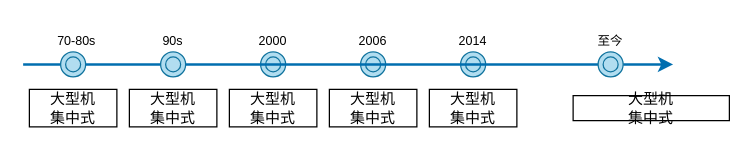
Before: DrawIO_file/毕业论文画图/系统架构演化图.drawio in DingDongZz/typera_PicGO, a draw.io diagram. Source tidied: cells renumbered, new cells numbered last; positions are measured from the earlier drawing's top-left corner, leaving out a move shared by most shapes. Both pictures are drawn from the tidied source at 125%, with x=0, y=0 at pixel (22, 21).
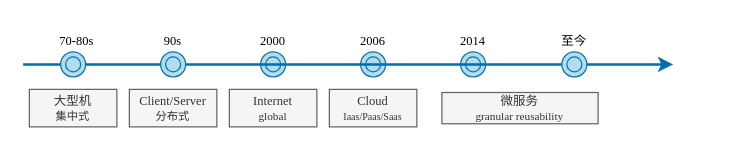
After the change.

Commit message (it also covers changes not shown here):
更新系统架构演化图.drawio

Diff of the diagram source:
```diff
@@
-    <mxCell id="2" style="endArrow=classic;html=1;rounded=0;strokeWidth=2;fillColor=#1ba1e2;strokeColor=#006EAF;" parent="1" edge="1" source="22">
+    <mxCell id="2" style="endArrow=classic;html=1;rounded=0;strokeWidth=2;fillColor=#1ba1e2;strokeColor=#006EAF;fontFamily=Times New Roman;" parent="1" edge="1" source="22">
       <mxGeometry relative="1" as="geometry">
         <mxPoint x="520" y="34" as="targetPoint" />
       </mxGeometry>
     </mxCell>
-    <mxCell id="3" style="endArrow=none;html=1;rounded=0;strokeWidth=2;startFill=0;fillColor=#1ba1e2;strokeColor=#006EAF;" parent="1" edge="1" target="4">
+    <mxCell id="3" style="endArrow=none;html=1;rounded=0;strokeWidth=2;startFill=0;fillColor=#1ba1e2;strokeColor=#006EAF;fontFamily=Times New Roman;" parent="1" edge="1" target="4">
       <mxGeometry relative="1" as="geometry">
         <mxPoint y="34" as="sourcePoint" />
       </mxGeometry>
     </mxCell>
-    <mxCell id="4" style="ellipse;shape=doubleEllipse;whiteSpace=wrap;html=1;fillColor=#b1ddf0;strokeColor=#10739e;" parent="1" vertex="1">
+    <mxCell id="4" style="ellipse;shape=doubleEllipse;whiteSpace=wrap;html=1;fillColor=#b1ddf0;strokeColor=#10739e;fontFamily=Times New Roman;" parent="1" vertex="1">
       <mxGeometry x="30" y="24" width="20" height="20" as="geometry" />
     </mxCell>
-    <mxCell id="5" style="endArrow=none;html=1;rounded=0;strokeWidth=2;fillColor=#1ba1e2;strokeColor=#006EAF;startFill=0;" parent="1" edge="1" source="4" target="6">
+    <mxCell id="5" style="endArrow=none;html=1;rounded=0;strokeWidth=2;fillColor=#1ba1e2;strokeColor=#006EAF;startFill=0;fontFamily=Times New Roman;" parent="1" edge="1" source="4" target="6">
       <mxGeometry relative="1" as="geometry" />
     </mxCell>
-    <mxCell id="6" style="ellipse;shape=doubleEllipse;whiteSpace=wrap;html=1;fillColor=#b1ddf0;strokeColor=#10739e;" parent="1" vertex="1">
+    <mxCell id="6" style="ellipse;shape=doubleEllipse;whiteSpace=wrap;html=1;fillColor=#b1ddf0;strokeColor=#10739e;fontFamily=Times New Roman;" parent="1" vertex="1">
       <mxGeometry x="110" y="24" width="20" height="20" as="geometry" />
     </mxCell>
-    <mxCell id="7" style="ellipse;shape=doubleEllipse;whiteSpace=wrap;html=1;fillColor=#b1ddf0;strokeColor=#10739e;" parent="1" vertex="1">
+    <mxCell id="7" style="ellipse;shape=doubleEllipse;whiteSpace=wrap;html=1;fillColor=#b1ddf0;strokeColor=#10739e;fontFamily=Times New Roman;" parent="1" vertex="1">
       <mxGeometry x="190" y="24" width="20" height="20" as="geometry" />
     </mxCell>
-    <mxCell id="8" style="ellipse;shape=doubleEllipse;whiteSpace=wrap;html=1;fillColor=#b1ddf0;strokeColor=#10739e;" parent="1" vertex="1">
+    <mxCell id="8" style="ellipse;shape=doubleEllipse;whiteSpace=wrap;html=1;fillColor=#b1ddf0;strokeColor=#10739e;fontFamily=Times New Roman;" parent="1" vertex="1">
       <mxGeometry x="270" y="24" width="20" height="20" as="geometry" />
     </mxCell>
-    <mxCell id="9" style="ellipse;shape=doubleEllipse;whiteSpace=wrap;html=1;fillColor=#b1ddf0;strokeColor=#10739e;" parent="1" vertex="1">
+    <mxCell id="9" style="ellipse;shape=doubleEllipse;whiteSpace=wrap;html=1;fillColor=#b1ddf0;strokeColor=#10739e;fontFamily=Times New Roman;" parent="1" vertex="1">
       <mxGeometry x="350" y="24" width="20" height="20" as="geometry" />
     </mxCell>
-    <mxCell id="10" value="70-80s" style="text;html=1;align=center;verticalAlign=middle;whiteSpace=wrap;rounded=0;fontSize=10;" parent="1" vertex="1">
+    <mxCell id="10" value="70-80s" style="text;html=1;align=center;verticalAlign=middle;whiteSpace=wrap;rounded=0;fontSize=10;fontFamily=Times New Roman;" parent="1" vertex="1">
       <mxGeometry x="18" width="50" height="30" as="geometry" />
     </mxCell>
-    <mxCell id="11" value="90s" style="text;html=1;align=center;verticalAlign=middle;whiteSpace=wrap;rounded=0;fontSize=10;" parent="1" vertex="1">
+    <mxCell id="11" value="90s" style="text;html=1;align=center;verticalAlign=middle;whiteSpace=wrap;rounded=0;fontSize=10;fontFamily=Times New Roman;" parent="1" vertex="1">
       <mxGeometry x="95" width="50" height="30" as="geometry" />
     </mxCell>
-    <mxCell id="12" value="2000" style="text;html=1;align=center;verticalAlign=middle;whiteSpace=wrap;rounded=0;fontSize=10;" parent="1" vertex="1">
+    <mxCell id="12" value="2000" style="text;html=1;align=center;verticalAlign=middle;whiteSpace=wrap;rounded=0;fontSize=10;fontFamily=Times New Roman;" parent="1" vertex="1">
       <mxGeometry x="175" width="50" height="30" as="geometry" />
     </mxCell>
-    <mxCell id="13" value="2006" style="text;html=1;align=center;verticalAlign=middle;whiteSpace=wrap;rounded=0;fontSize=10;" parent="1" vertex="1">
+    <mxCell id="13" value="2006" style="text;html=1;align=center;verticalAlign=middle;whiteSpace=wrap;rounded=0;fontSize=10;fontFamily=Times New Roman;" parent="1" vertex="1">
       <mxGeometry x="255" width="50" height="30" as="geometry" />
     </mxCell>
-    <mxCell id="14" value="2014" style="text;html=1;align=center;verticalAlign=middle;whiteSpace=wrap;rounded=0;fontSize=10;" parent="1" vertex="1">
+    <mxCell id="14" value="2014" style="text;html=1;align=center;verticalAlign=middle;whiteSpace=wrap;rounded=0;fontSize=10;fontFamily=Times New Roman;" parent="1" vertex="1">
       <mxGeometry x="335" width="50" height="30" as="geometry" />
     </mxCell>
-    <mxCell id="15" value="至今" style="text;html=1;align=center;verticalAlign=middle;whiteSpace=wrap;rounded=0;fontSize=10;" parent="1" vertex="1">
-      <mxGeometry x="445" width="50" height="30" as="geometry" />
+    <mxCell id="15" value="至今" style="text;html=1;align=center;verticalAlign=middle;whiteSpace=wrap;rounded=0;fontSize=10;fontFamily=宋体;" parent="1" vertex="1">
+      <mxGeometry x="416" width="50" height="30" as="geometry" />
     </mxCell>
-    <mxCell id="16" value="大型机&lt;div&gt;集中式&lt;/div&gt;" style="rounded=0;whiteSpace=wrap;html=1;" parent="1" vertex="1">
+    <mxCell id="16" value="大型机&lt;div&gt;&lt;font style=&quot;font-size: 9px;&quot;&gt;集中式&lt;/font&gt;&lt;/div&gt;" style="rounded=0;whiteSpace=wrap;html=1;fontSize=10;fillColor=#f5f5f5;strokeColor=#666666;fontColor=#333333;fontFamily=宋体;" parent="1" vertex="1">
       <mxGeometry x="5" y="54" width="70" height="30" as="geometry" />
     </mxCell>
-    <mxCell id="17" value="大型机&lt;div&gt;集中式&lt;/div&gt;" style="rounded=0;whiteSpace=wrap;html=1;" parent="1" vertex="1">
+    <mxCell id="17" value="Client/Server&lt;br&gt;&lt;div&gt;&lt;font face=&quot;宋体&quot; style=&quot;font-size: 9px;&quot;&gt;分布式&lt;/font&gt;&lt;/div&gt;" style="rounded=0;whiteSpace=wrap;html=1;fontSize=10;fillColor=#f5f5f5;strokeColor=#666666;fontColor=#333333;fontFamily=Times New Roman;" parent="1" vertex="1">
       <mxGeometry x="85" y="54" width="70" height="30" as="geometry" />
     </mxCell>
-    <mxCell id="18" value="大型机&lt;div&gt;集中式&lt;/div&gt;" style="rounded=0;whiteSpace=wrap;html=1;" parent="1" vertex="1">
+    <mxCell id="18" value="Internet&lt;div&gt;&lt;font style=&quot;font-size: 9px;&quot;&gt;global&lt;/font&gt;&lt;/div&gt;" style="rounded=0;whiteSpace=wrap;html=1;fontSize=10;fillColor=#f5f5f5;strokeColor=#666666;fontColor=#333333;fontFamily=Times New Roman;" parent="1" vertex="1">
       <mxGeometry x="165" y="54" width="70" height="30" as="geometry" />
     </mxCell>
-    <mxCell id="19" value="大型机&lt;div&gt;集中式&lt;/div&gt;" style="rounded=0;whiteSpace=wrap;html=1;" parent="1" vertex="1">
+    <mxCell id="19" value="Cloud&lt;div&gt;&lt;font style=&quot;font-size: 8px;&quot;&gt;Iaas/Paas/Saas&lt;/font&gt;&lt;/div&gt;" style="rounded=0;whiteSpace=wrap;html=1;fontSize=10;fillColor=#f5f5f5;strokeColor=#666666;fontColor=#333333;fontFamily=Times New Roman;" parent="1" vertex="1">
       <mxGeometry x="245" y="54" width="70" height="30" as="geometry" />
     </mxCell>
-    <mxCell id="20" value="大型机&lt;div&gt;集中式&lt;/div&gt;" style="rounded=0;whiteSpace=wrap;html=1;" parent="1" vertex="1">
-      <mxGeometry x="325" y="54" width="70" height="30" as="geometry" />
-    </mxCell>
-    <mxCell id="21" style="endArrow=none;html=1;rounded=0;strokeWidth=2;fillColor=#1ba1e2;strokeColor=#006EAF;startFill=0;" parent="1" edge="1" source="6" target="22">
+    <mxCell id="21" style="endArrow=none;html=1;rounded=0;strokeWidth=2;fillColor=#1ba1e2;strokeColor=#006EAF;startFill=0;fontFamily=Times New Roman;" parent="1" edge="1" source="6" target="22">
       <mxGeometry relative="1" as="geometry" />
     </mxCell>
-    <mxCell id="22" style="ellipse;shape=doubleEllipse;whiteSpace=wrap;html=1;fillColor=#b1ddf0;strokeColor=#10739e;" parent="1" vertex="1">
-      <mxGeometry x="460" y="24" width="20" height="20" as="geometry" />
+    <mxCell id="22" style="ellipse;shape=doubleEllipse;whiteSpace=wrap;html=1;fillColor=#b1ddf0;strokeColor=#10739e;fontFamily=Times New Roman;" parent="1" vertex="1">
+      <mxGeometry x="431" y="24" width="20" height="20" as="geometry" />
     </mxCell>
-    <mxCell id="23" value="大型机&lt;div&gt;集中式&lt;/div&gt;" style="rounded=0;whiteSpace=wrap;html=1;" parent="1" vertex="1">
-      <mxGeometry x="440" y="59" width="125" height="20" as="geometry" />
+    <mxCell id="23" value="&lt;font face=&quot;宋体&quot;&gt;微服务&lt;/font&gt;&lt;br&gt;&lt;div&gt;&lt;font style=&quot;font-size: 9px;&quot;&gt;granular reusability&lt;/font&gt;&lt;/div&gt;" style="rounded=0;whiteSpace=wrap;html=1;fontSize=10;fillColor=#f5f5f5;strokeColor=#666666;fontColor=#333333;fontFamily=Times New Roman;" parent="1" vertex="1">
+      <mxGeometry x="335" y="56.5" width="125" height="25" as="geometry" />
     </mxCell>
```
